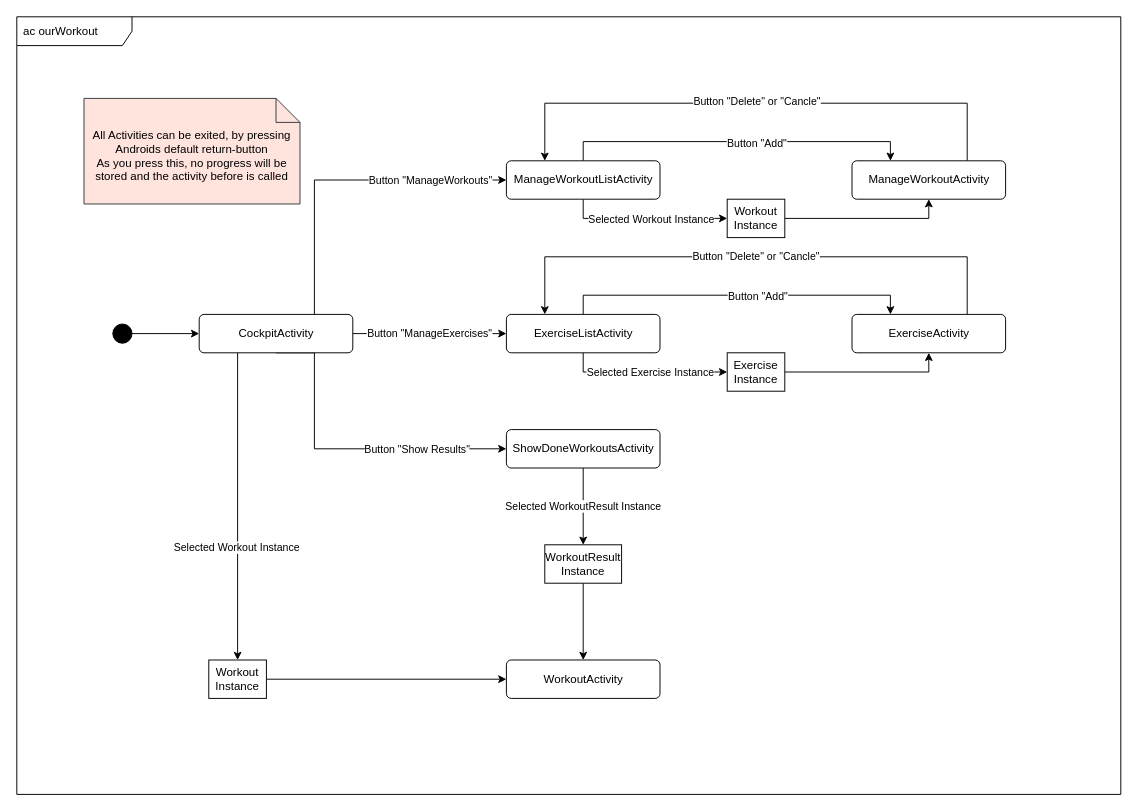
Before: page "activity-diagram" (4 of 4) of 01_Documentation/diagrams.drawio in Vollol1/ourWorkout, a draw.io diagram. Source tidied: cells renumbered, new cells numbered last; positions are measured from the earlier drawing's top-left corner, leaving out a move shared by most shapes. Both pictures are drawn from the tidied source at 96%, with x=0, y=0 at pixel (16, 16).
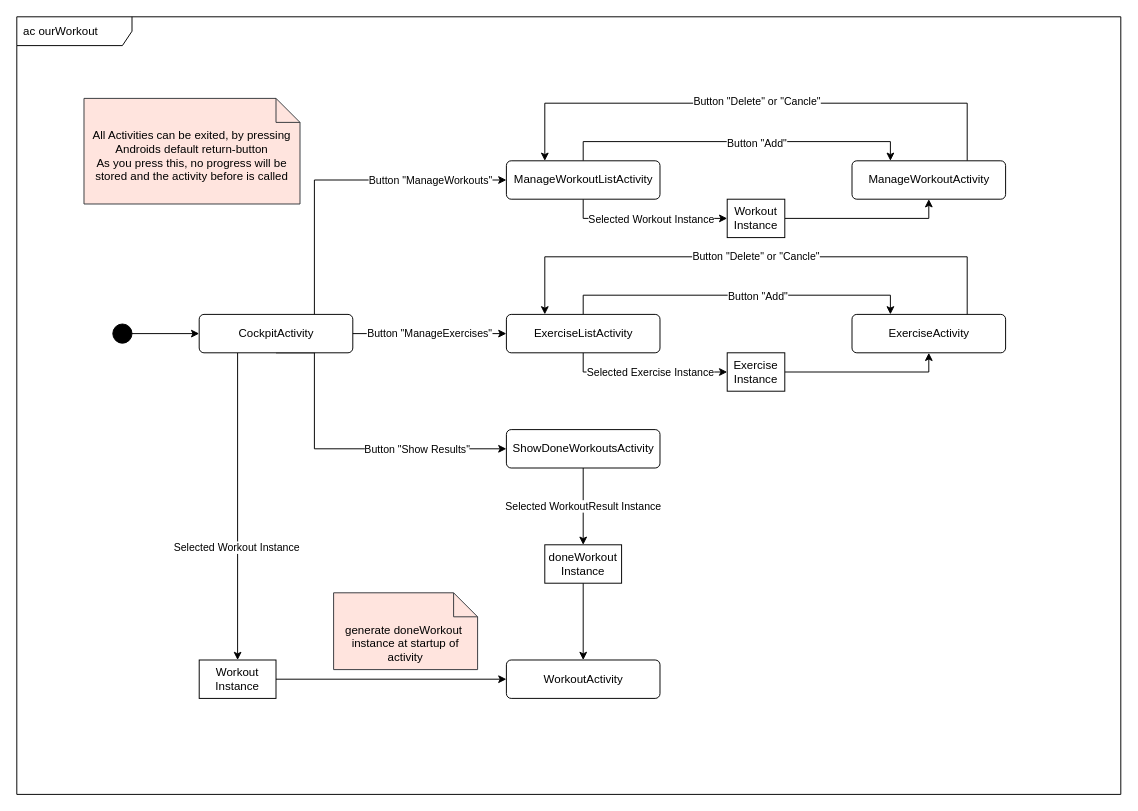
The same page after the edit.

Change to the diagram source:
```diff
@@
-    <mxCell id="32" value="Workout Instance" style="rounded=0;whiteSpace=wrap;html=1;fillColor=default;" parent="1" vertex="1">
-      <mxGeometry x="200" y="670" width="60" height="40" as="geometry" />
+    <mxCell id="32" value="Workout&lt;br&gt;Instance" style="rounded=0;whiteSpace=wrap;html=1;fillColor=default;" parent="1" vertex="1">
+      <mxGeometry x="190" y="670" width="80" height="40" as="geometry" />
     </mxCell>
@@
-    <mxCell id="36" value="WorkoutResult Instance" style="rounded=0;whiteSpace=wrap;html=1;fillColor=default;" parent="1" vertex="1">
+    <mxCell id="36" value="doneWorkout&lt;br&gt;Instance" style="rounded=0;whiteSpace=wrap;html=1;fillColor=default;" parent="1" vertex="1">
       <mxGeometry x="550" y="550" width="80" height="40" as="geometry" />
     </mxCell>
@@
+    <mxCell id="40" value="generate doneWorkout&amp;nbsp;&lt;br&gt;instance at startup of activity" style="shape=note2;boundedLbl=1;whiteSpace=wrap;html=1;size=25;verticalAlign=top;align=center;fillColor=#FFE4DE;strokeColor=#36393d;" parent="1" vertex="1">
+      <mxGeometry x="330" y="600" width="150" height="80" as="geometry" />
+    </mxCell>
```
